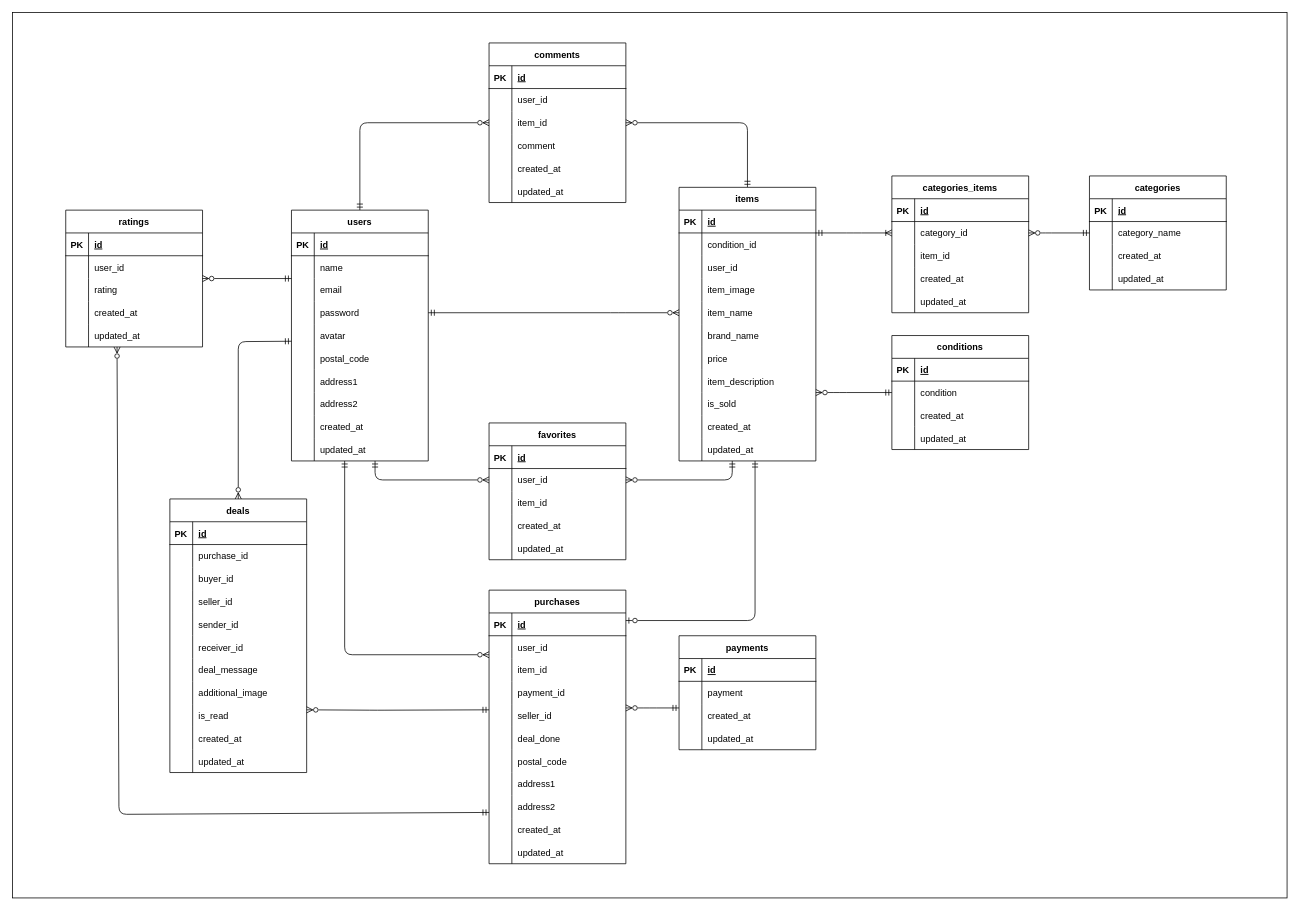
Earlier version of the draw.io diagram ER.drawio (klaboworks/coachtech_freemarket). Source tidied: cells renumbered, new cells numbered last; positions are measured from the earlier drawing's top-left corner, leaving out a move shared by most shapes. Both pictures are drawn from the tidied source at 76%, with x=0, y=0 at pixel (12, 12).
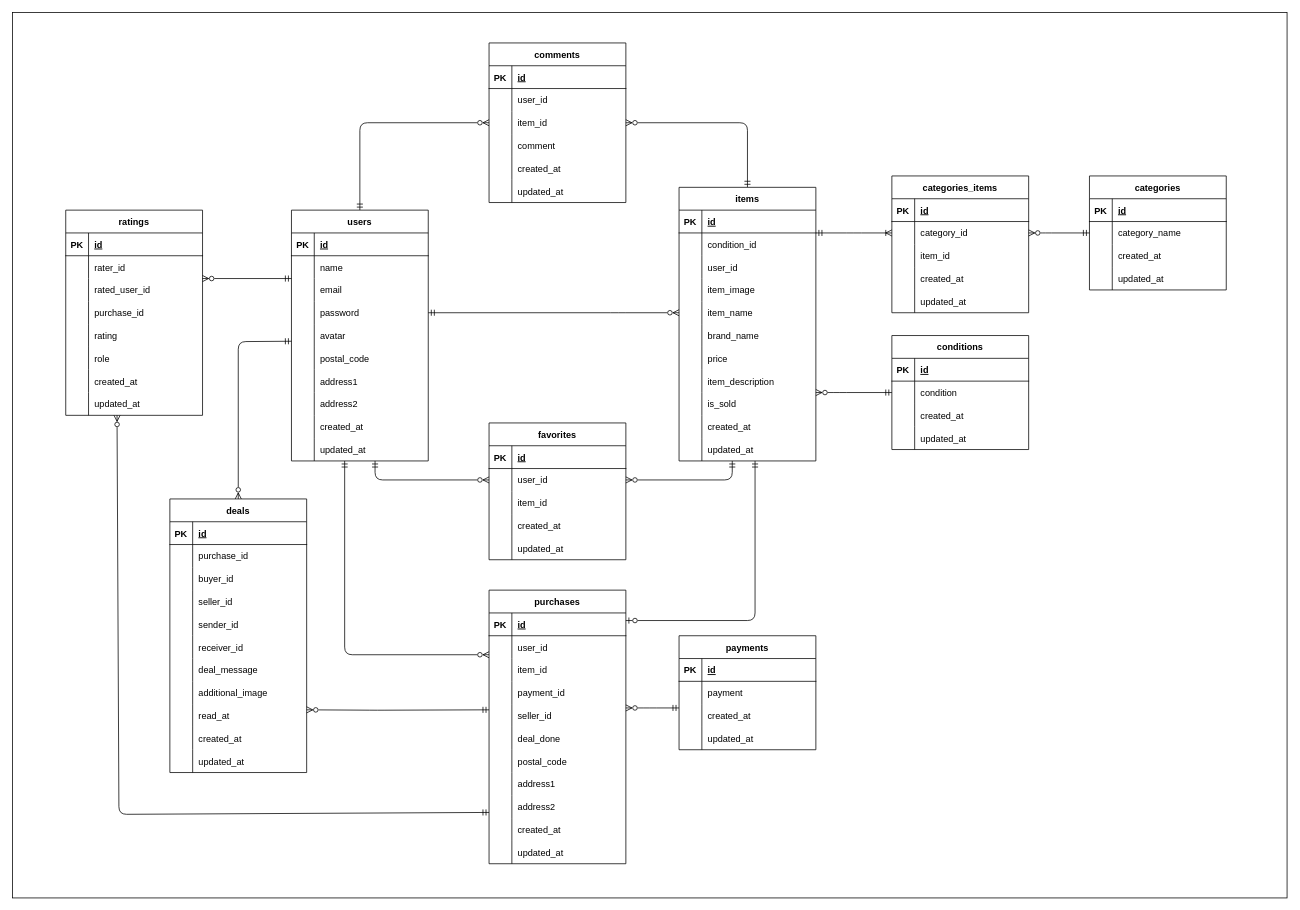
The same diagram, later.

The change refers to these unchanged cells:
```xml
<mxCell id="14" style="shape=partialRectangle;fillColor=none;top=0;left=0;bottom=0;right=0;overflow=hidden;" parent="13" vertex="1">
  <mxGeometry width="30" height="30" as="geometry" />
</mxCell>
<mxCell id="229" style="shape=tableRow;horizontal=0;startSize=0;swimlaneHead=0;swimlaneBody=0;fillColor=none;top=0;left=0;right=0;bottom=0;" parent="204" vertex="1">
  <mxGeometry y="270" width="180" height="30" as="geometry" />
</mxCell>
<mxCell id="244" style="shape=tableRow;horizontal=0;startSize=0;swimlaneHead=0;swimlaneBody=0;fillColor=none;top=0;left=0;right=0;bottom=0;" parent="240" vertex="1">
  <mxGeometry y="60" width="180" height="30" as="geometry" />
</mxCell>
```

What changed in the source:
```diff
@@
-    <mxCell id="231" value="is_read" style="shape=partialRectangle;fillColor=none;top=0;left=0;bottom=0;right=0;align=left;spacingLeft=6;overflow=hidden;" parent="229" vertex="1">
+    <mxCell id="231" value="read_at" style="shape=partialRectangle;fillColor=none;top=0;left=0;bottom=0;right=0;align=left;spacingLeft=6;overflow=hidden;" parent="229" vertex="1">
       <mxGeometry x="30" width="150" height="30" as="geometry" />
     </mxCell>
@@
-    <mxCell id="239" style="edgeStyle=none;html=1;entryX=0;entryY=0;entryDx=0;entryDy=0;endArrow=ERmandOne;endFill=0;startArrow=ERzeroToMany;startFill=0;" parent="1" edge="1" source="240" target="14">
+    <mxCell id="239" style="edgeStyle=none;html=1;entryX=0;entryY=0;entryDx=0;entryDy=0;endArrow=ERmandOne;endFill=0;startArrow=ERzeroToMany;startFill=0;exitX=1;exitY=0;exitDx=0;exitDy=0;" parent="1" edge="1" source="259" target="14">
       <mxGeometry relative="1" as="geometry" />
     </mxCell>
     <mxCell id="240" value="ratings" style="shape=table;startSize=30;childLayout=tableLayout;rowLines=0;fontStyle=1;align=center;" parent="1" vertex="1">
-      <mxGeometry x="70" y="260" width="180" height="180" as="geometry" />
+      <mxGeometry x="70" y="260" width="180" height="270" as="geometry" />
     </mxCell>
@@
-    <mxCell id="246" value="user_id" style="shape=partialRectangle;fillColor=none;top=0;left=0;bottom=0;right=0;align=left;spacingLeft=6;overflow=hidden;" parent="244" vertex="1">
+    <mxCell id="246" value="rater_id" style="shape=partialRectangle;fillColor=none;top=0;left=0;bottom=0;right=0;align=left;spacingLeft=6;overflow=hidden;" parent="244" vertex="1">
       <mxGeometry x="30" width="150" height="30" as="geometry" />
     </mxCell>
+    <mxCell id="257" style="shape=tableRow;horizontal=0;startSize=0;swimlaneHead=0;swimlaneBody=0;fillColor=none;top=0;left=0;right=0;bottom=0;" parent="240" vertex="1">
+      <mxGeometry y="90" width="180" height="30" as="geometry" />
+    </mxCell>
+    <mxCell id="258" style="shape=partialRectangle;fillColor=none;top=0;left=0;bottom=0;right=0;overflow=hidden;" parent="257" vertex="1">
+      <mxGeometry width="30" height="30" as="geometry" />
+    </mxCell>
+    <mxCell id="259" value="rated_user_id" style="shape=partialRectangle;fillColor=none;top=0;left=0;bottom=0;right=0;align=left;spacingLeft=6;overflow=hidden;" parent="257" vertex="1">
+      <mxGeometry x="30" width="150" height="30" as="geometry" />
+    </mxCell>
+    <mxCell id="260" style="shape=tableRow;horizontal=0;startSize=0;swimlaneHead=0;swimlaneBody=0;fillColor=none;top=0;left=0;right=0;bottom=0;" parent="240" vertex="1">
+      <mxGeometry y="120" width="180" height="30" as="geometry" />
+    </mxCell>
+    <mxCell id="261" style="shape=partialRectangle;fillColor=none;top=0;left=0;bottom=0;right=0;overflow=hidden;" parent="260" vertex="1">
+      <mxGeometry width="30" height="30" as="geometry" />
+    </mxCell>
+    <mxCell id="262" value="purchase_id" style="shape=partialRectangle;fillColor=none;top=0;left=0;bottom=0;right=0;align=left;spacingLeft=6;overflow=hidden;" parent="260" vertex="1">
+      <mxGeometry x="30" width="150" height="30" as="geometry" />
+    </mxCell>
     <mxCell id="247" style="shape=tableRow;horizontal=0;startSize=0;swimlaneHead=0;swimlaneBody=0;fillColor=none;top=0;left=0;right=0;bottom=0;" parent="240" vertex="1">
-      <mxGeometry y="90" width="180" height="30" as="geometry" />
+      <mxGeometry y="150" width="180" height="30" as="geometry" />
     </mxCell>
@@
+    <mxCell id="263" style="shape=tableRow;horizontal=0;startSize=0;swimlaneHead=0;swimlaneBody=0;fillColor=none;top=0;left=0;right=0;bottom=0;" parent="240" vertex="1">
+      <mxGeometry y="180" width="180" height="30" as="geometry" />
+    </mxCell>
+    <mxCell id="264" style="shape=partialRectangle;fillColor=none;top=0;left=0;bottom=0;right=0;overflow=hidden;" parent="263" vertex="1">
+      <mxGeometry width="30" height="30" as="geometry" />
+    </mxCell>
+    <mxCell id="265" value="role" style="shape=partialRectangle;fillColor=none;top=0;left=0;bottom=0;right=0;align=left;spacingLeft=6;overflow=hidden;" parent="263" vertex="1">
+      <mxGeometry x="30" width="150" height="30" as="geometry" />
+    </mxCell>
     <mxCell id="250" style="shape=tableRow;horizontal=0;startSize=0;swimlaneHead=0;swimlaneBody=0;fillColor=none;top=0;left=0;right=0;bottom=0;" parent="240" vertex="1">
-      <mxGeometry y="120" width="180" height="30" as="geometry" />
+      <mxGeometry y="210" width="180" height="30" as="geometry" />
     </mxCell>
@@
     <mxCell id="253" style="shape=tableRow;horizontal=0;startSize=0;swimlaneHead=0;swimlaneBody=0;fillColor=none;top=0;left=0;right=0;bottom=0;" parent="240" vertex="1">
-      <mxGeometry y="150" width="180" height="30" as="geometry" />
+      <mxGeometry y="240" width="180" height="30" as="geometry" />
     </mxCell>
```
